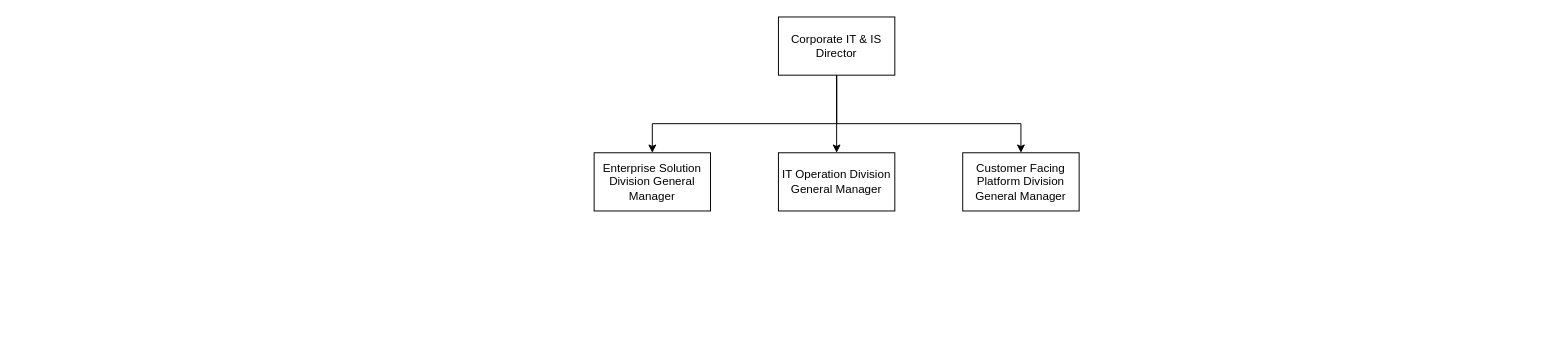
This is susunan organisasi CITIS.drawio from jezreelkosasih/diagram, a draw.io file, before an edit. Source tidied: cells renumbered, new cells numbered last; positions are measured from the earlier drawing's top-left corner, leaving out a move shared by most shapes. Both pictures are drawn from the tidied source at 97%, with x=0, y=0 at pixel (594, 16).
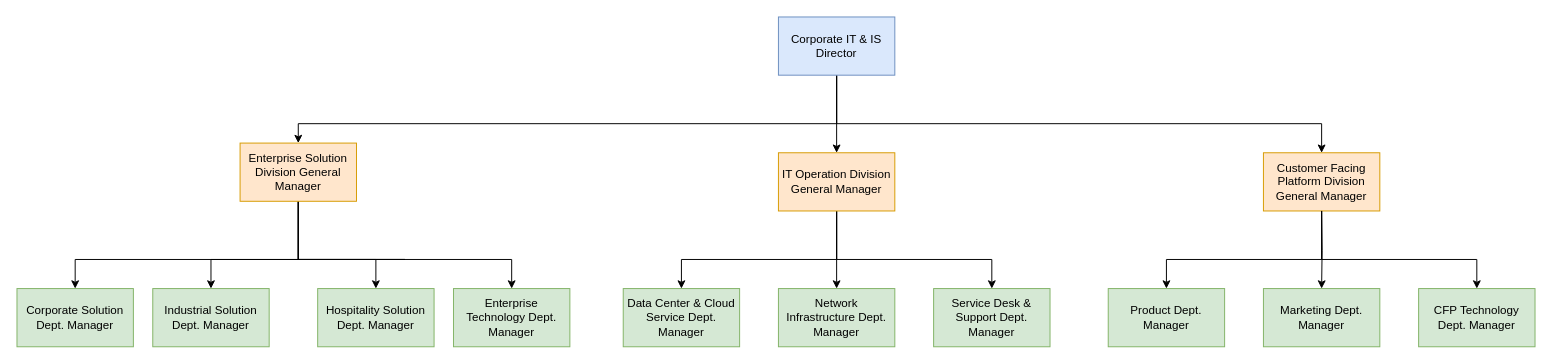
After the change.

Change to the diagram source:
```diff
@@
-    <mxCell id="3" style="edgeStyle=orthogonalEdgeStyle;rounded=0;jettySize=auto;html=1;" parent="1" edge="1" source="5">
+    <mxCell id="3" style="edgeStyle=orthogonalEdgeStyle;rounded=0;jettySize=auto;html=1;" parent="1" edge="1" source="5" target="7">
       <mxGeometry relative="1" as="geometry">
-        <mxPoint x="60" y="140" as="targetPoint" />
         <Array as="points">
           <mxPoint x="250" y="110" />
-          <mxPoint x="60" y="110" />
-          <mxPoint x="60" y="140" />
+          <mxPoint x="-305" y="110" />
         </Array>
       </mxGeometry>
     </mxCell>
-    <mxCell id="4" style="edgeStyle=orthogonalEdgeStyle;rounded=0;jettySize=auto;html=1;" parent="1" edge="1" source="5">
+    <mxCell id="4" style="edgeStyle=orthogonalEdgeStyle;rounded=0;jettySize=auto;html=1;entryX=0.5;entryY=0;entryDx=0;entryDy=0;" parent="1" edge="1" source="5" target="8">
       <mxGeometry relative="1" as="geometry">
-        <mxPoint x="440" y="140" as="targetPoint" />
         <Array as="points">
           <mxPoint x="250" y="110" />
-          <mxPoint x="440" y="110" />
+          <mxPoint x="750" y="110" />
         </Array>
       </mxGeometry>
     </mxCell>
-    <mxCell id="5" value="Corporate IT &amp;amp; IS Director" style="rounded=0;whiteSpace=wrap;html=1;" parent="1" vertex="1">
+    <mxCell id="5" value="Corporate IT &amp;amp; IS Director" style="rounded=0;whiteSpace=wrap;html=1;fillColor=#dae8fc;strokeColor=#6c8ebf;" parent="1" vertex="1">
       <mxGeometry x="190" width="120" height="60" as="geometry" />
     </mxCell>
+    <mxCell id="9" style="edgeStyle=orthogonalEdgeStyle;rounded=0;jettySize=auto;html=1;" parent="1" edge="1" source="6" target="20">
+      <mxGeometry relative="1" as="geometry" />
+    </mxCell>
+    <mxCell id="10" style="edgeStyle=orthogonalEdgeStyle;rounded=0;jettySize=auto;html=1;entryX=0.5;entryY=0;entryDx=0;entryDy=0;" parent="1" edge="1" source="6" target="21">
+      <mxGeometry relative="1" as="geometry">
+        <Array as="points">
+          <mxPoint x="250" y="250" />
+          <mxPoint x="410" y="250" />
+        </Array>
+      </mxGeometry>
+    </mxCell>
+    <mxCell id="11" style="edgeStyle=orthogonalEdgeStyle;rounded=0;jettySize=auto;html=1;entryX=0.5;entryY=0;entryDx=0;entryDy=0;" parent="1" edge="1" source="6" target="22">
+      <mxGeometry relative="1" as="geometry">
+        <Array as="points">
+          <mxPoint x="250" y="250" />
+          <mxPoint x="90" y="250" />
+        </Array>
+      </mxGeometry>
+    </mxCell>
-    <mxCell id="6" value="IT Operation Division General Manager" style="rounded=0;whiteSpace=wrap;html=1;" parent="1" vertex="1">
+    <mxCell id="6" value="IT Operation Division General Manager" style="rounded=0;whiteSpace=wrap;html=1;fillColor=#ffe6cc;strokeColor=#d79b00;" parent="1" vertex="1">
       <mxGeometry x="190" y="140" width="120" height="60" as="geometry" />
     </mxCell>
+    <mxCell id="12" style="edgeStyle=orthogonalEdgeStyle;rounded=0;jettySize=auto;html=1;" parent="1" edge="1" source="7" target="16">
+      <mxGeometry relative="1" as="geometry">
+        <Array as="points">
+          <mxPoint x="-195" y="250" />
+          <mxPoint x="-295" y="250" />
+        </Array>
+      </mxGeometry>
+    </mxCell>
+    <mxCell id="13" style="edgeStyle=orthogonalEdgeStyle;rounded=0;jettySize=auto;html=1;entryX=0.5;entryY=0;entryDx=0;entryDy=0;" parent="1" edge="1" source="7" target="17">
+      <mxGeometry relative="1" as="geometry">
+        <Array as="points">
+          <mxPoint x="-195" y="250" />
+          <mxPoint x="-435" y="250" />
+        </Array>
+      </mxGeometry>
+    </mxCell>
+    <mxCell id="14" style="edgeStyle=orthogonalEdgeStyle;rounded=0;jettySize=auto;html=1;entryX=0.5;entryY=0;entryDx=0;entryDy=0;" parent="1" edge="1" source="7" target="18">
+      <mxGeometry relative="1" as="geometry">
+        <Array as="points">
+          <mxPoint x="-305" y="250" />
+          <mxPoint x="-85" y="250" />
+        </Array>
+      </mxGeometry>
+    </mxCell>
+    <mxCell id="15" style="edgeStyle=orthogonalEdgeStyle;rounded=0;jettySize=auto;html=1;entryX=0.5;entryY=0;entryDx=0;entryDy=0;" parent="1" edge="1" source="7" target="19">
+      <mxGeometry relative="1" as="geometry">
+        <Array as="points">
+          <mxPoint x="-305" y="250" />
+          <mxPoint x="-225" y="250" />
+        </Array>
+      </mxGeometry>
+    </mxCell>
-    <mxCell id="7" value="Enterprise Solution Division General Manager" style="rounded=0;whiteSpace=wrap;html=1;" parent="1" vertex="1">
-      <mxGeometry y="140" width="120" height="60" as="geometry" />
+    <mxCell id="7" value="Enterprise Solution Division General Manager" style="rounded=0;whiteSpace=wrap;html=1;fillColor=#ffe6cc;strokeColor=#d79b00;" parent="1" vertex="1">
+      <mxGeometry x="-365" y="130" width="120" height="60" as="geometry" />
     </mxCell>
-    <mxCell id="8" value="Customer Facing Platform Division General Manager" style="rounded=0;whiteSpace=wrap;html=1;" parent="1" vertex="1">
-      <mxGeometry x="380" y="140" width="120" height="60" as="geometry" />
+    <mxCell id="8" value="Customer Facing Platform Division General Manager" style="rounded=0;whiteSpace=wrap;html=1;fillColor=#ffe6cc;strokeColor=#d79b00;" parent="1" vertex="1">
+      <mxGeometry x="690" y="140" width="120" height="60" as="geometry" />
     </mxCell>
+    <mxCell id="16" value="Industrial Solution Dept. Manager" style="rounded=0;whiteSpace=wrap;html=1;fillColor=#d5e8d4;strokeColor=#82b366;" parent="1" vertex="1">
+      <mxGeometry x="-455" y="280" width="120" height="60" as="geometry" />
+    </mxCell>
+    <mxCell id="17" value="Corporate Solution Dept. Manager" style="rounded=0;whiteSpace=wrap;html=1;fillColor=#d5e8d4;strokeColor=#82b366;" parent="1" vertex="1">
+      <mxGeometry x="-595" y="280" width="120" height="60" as="geometry" />
+    </mxCell>
+    <mxCell id="18" value="Enterprise Technology Dept. Manager" style="rounded=0;whiteSpace=wrap;html=1;fillColor=#d5e8d4;strokeColor=#82b366;" parent="1" vertex="1">
+      <mxGeometry x="-145" y="280" width="120" height="60" as="geometry" />
+    </mxCell>
+    <mxCell id="19" value="Hospitality Solution Dept. Manager" style="rounded=0;whiteSpace=wrap;html=1;fillColor=#d5e8d4;strokeColor=#82b366;" parent="1" vertex="1">
+      <mxGeometry x="-285" y="280" width="120" height="60" as="geometry" />
+    </mxCell>
+    <mxCell id="20" value="Network Infrastructure Dept. Manager" style="rounded=0;whiteSpace=wrap;html=1;fillColor=#d5e8d4;strokeColor=#82b366;" parent="1" vertex="1">
+      <mxGeometry x="190" y="280" width="120" height="60" as="geometry" />
+    </mxCell>
+    <mxCell id="21" value="Service Desk &amp;amp; Support Dept. Manager" style="rounded=0;whiteSpace=wrap;html=1;fillColor=#d5e8d4;strokeColor=#82b366;" parent="1" vertex="1">
+      <mxGeometry x="350" y="280" width="120" height="60" as="geometry" />
+    </mxCell>
+    <mxCell id="22" value="Data Center &amp;amp; Cloud Service Dept. Manager" style="rounded=0;whiteSpace=wrap;html=1;fillColor=#d5e8d4;strokeColor=#82b366;" parent="1" vertex="1">
+      <mxGeometry x="30" y="280" width="120" height="60" as="geometry" />
+    </mxCell>
+    <mxCell id="23" style="edgeStyle=orthogonalEdgeStyle;rounded=0;jettySize=auto;html=1;" parent="1" edge="1" target="26">
+      <mxGeometry relative="1" as="geometry">
+        <mxPoint x="750" y="200" as="sourcePoint" />
+      </mxGeometry>
+    </mxCell>
+    <mxCell id="24" style="edgeStyle=orthogonalEdgeStyle;rounded=0;jettySize=auto;html=1;entryX=0.5;entryY=0;entryDx=0;entryDy=0;" parent="1" edge="1" target="27">
+      <mxGeometry relative="1" as="geometry">
+        <mxPoint x="750" y="200" as="sourcePoint" />
+        <Array as="points">
+          <mxPoint x="750" y="250" />
+          <mxPoint x="910" y="250" />
+        </Array>
+      </mxGeometry>
+    </mxCell>
+    <mxCell id="25" style="edgeStyle=orthogonalEdgeStyle;rounded=0;jettySize=auto;html=1;entryX=0.5;entryY=0;entryDx=0;entryDy=0;" parent="1" edge="1" target="28">
+      <mxGeometry relative="1" as="geometry">
+        <mxPoint x="750" y="200" as="sourcePoint" />
+        <Array as="points">
+          <mxPoint x="750" y="250" />
+          <mxPoint x="590" y="250" />
+        </Array>
+      </mxGeometry>
+    </mxCell>
+    <mxCell id="26" value="Marketing Dept. Manager" style="rounded=0;whiteSpace=wrap;html=1;fillColor=#d5e8d4;strokeColor=#82b366;" parent="1" vertex="1">
+      <mxGeometry x="690" y="280" width="120" height="60" as="geometry" />
+    </mxCell>
+    <mxCell id="27" value="CFP Technology Dept. Manager" style="rounded=0;whiteSpace=wrap;html=1;fillColor=#d5e8d4;strokeColor=#82b366;" parent="1" vertex="1">
+      <mxGeometry x="850" y="280" width="120" height="60" as="geometry" />
+    </mxCell>
+    <mxCell id="28" value="Product Dept. Manager" style="rounded=0;whiteSpace=wrap;html=1;fillColor=#d5e8d4;strokeColor=#82b366;" parent="1" vertex="1">
+      <mxGeometry x="530" y="280" width="120" height="60" as="geometry" />
+    </mxCell>
```
